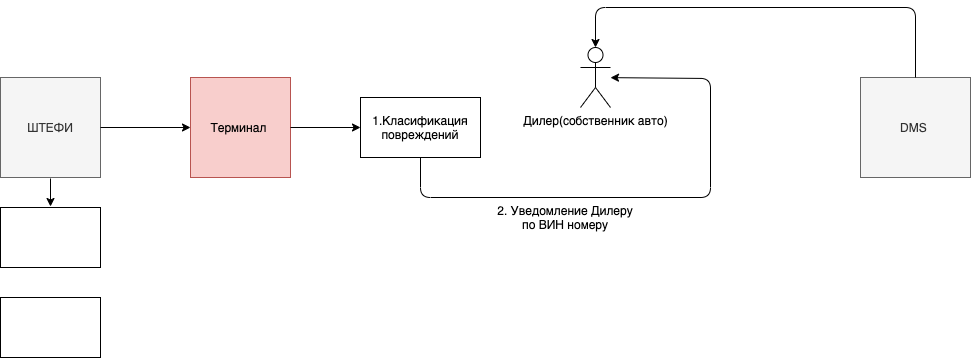
This is Damages BP.png from annastazi02/diagrams, a draw.io export, as it was before one commit. Source tidied: cells renumbered, new cells last; positions are measured from the earlier drawing's top-left corner, leaving out a move shared by most shapes. Source of this version:
```xml
<mxGraphModel>
  <root>
    <mxCell id="0" />
    <mxCell id="1" parent="0" />
    <mxCell id="2" value="Терминал&amp;nbsp;" style="whiteSpace=wrap;html=1;fillColor=#f8cecc;strokeColor=#b85450;" parent="1" vertex="1">
      <mxGeometry x="190" y="70" width="100" height="100" as="geometry" />
    </mxCell>
    <mxCell id="3" value="ШТЕФИ" style="whiteSpace=wrap;html=1;fillColor=#f5f5f5;strokeColor=#666666;fontColor=#333333;" parent="1" vertex="1">
      <mxGeometry y="70" width="100" height="100" as="geometry" />
    </mxCell>
    <mxCell id="4" value="1.Класификация повреждений" style="rounded=0;whiteSpace=wrap;html=1;" parent="1" vertex="1">
      <mxGeometry x="360" y="90" width="120" height="60" as="geometry" />
    </mxCell>
    <mxCell id="5" style="endArrow=classic;html=1;exitX=1;exitY=0.5;exitDx=0;exitDy=0;entryX=0;entryY=0.5;entryDx=0;entryDy=0;" parent="1" edge="1" source="2" target="4">
      <mxGeometry relative="1" as="geometry" />
    </mxCell>
    <mxCell id="6" value="Дилер(собственник авто)" style="shape=umlActor;verticalLabelPosition=bottom;verticalAlign=top;html=1;outlineConnect=0;" parent="1" vertex="1">
      <mxGeometry x="580" y="40" width="30" height="60" as="geometry" />
    </mxCell>
    <mxCell id="7" style="endArrow=classic;html=1;exitX=0.5;exitY=1;exitDx=0;exitDy=0;" parent="1" edge="1" source="4" target="6">
      <mxGeometry relative="1" as="geometry">
        <Array as="points">
          <mxPoint x="420" y="190" />
          <mxPoint x="710" y="190" />
          <mxPoint x="710" y="71" />
        </Array>
      </mxGeometry>
    </mxCell>
    <mxCell id="8" value="2. Уведомление Дилеру по ВИН номеру" style="text;html=1;strokeColor=none;fillColor=none;align=center;verticalAlign=middle;whiteSpace=wrap;rounded=0;" parent="1" vertex="1">
      <mxGeometry x="490" y="200" width="150" height="20" as="geometry" />
    </mxCell>
    <mxCell id="9" style="rounded=0;whiteSpace=wrap;html=1;" parent="1" vertex="1">
      <mxGeometry y="200" width="100" height="60" as="geometry" />
    </mxCell>
    <mxCell id="10" style="endArrow=classic;html=1;exitX=1;exitY=0.5;exitDx=0;exitDy=0;entryX=0;entryY=0.5;entryDx=0;entryDy=0;" parent="1" edge="1" source="3" target="2">
      <mxGeometry relative="1" as="geometry" />
    </mxCell>
    <mxCell id="11" style="endArrow=classic;html=1;" parent="1" edge="1">
      <mxGeometry relative="1" as="geometry">
        <mxPoint x="50" y="171" as="sourcePoint" />
        <mxPoint x="50" y="199" as="targetPoint" />
      </mxGeometry>
    </mxCell>
    <mxCell id="12" style="rounded=0;whiteSpace=wrap;html=1;" parent="1" vertex="1">
      <mxGeometry y="290" width="100" height="60" as="geometry" />
    </mxCell>
    <mxCell id="13" value="DMS&amp;nbsp;" style="rounded=0;whiteSpace=wrap;html=1;fillColor=#f5f5f5;strokeColor=#666666;fontColor=#333333;" parent="1" vertex="1">
      <mxGeometry x="860" y="70" width="110" height="100" as="geometry" />
    </mxCell>
    <mxCell id="14" style="endArrow=classic;html=1;exitX=0.5;exitY=0;exitDx=0;exitDy=0;entryX=0.5;entryY=0;entryDx=0;entryDy=0;entryPerimeter=0;" parent="1" edge="1" source="13" target="6">
      <mxGeometry relative="1" as="geometry">
        <Array as="points">
          <mxPoint x="915" />
          <mxPoint x="595" />
        </Array>
      </mxGeometry>
    </mxCell>
  </root>
</mxGraphModel>
```
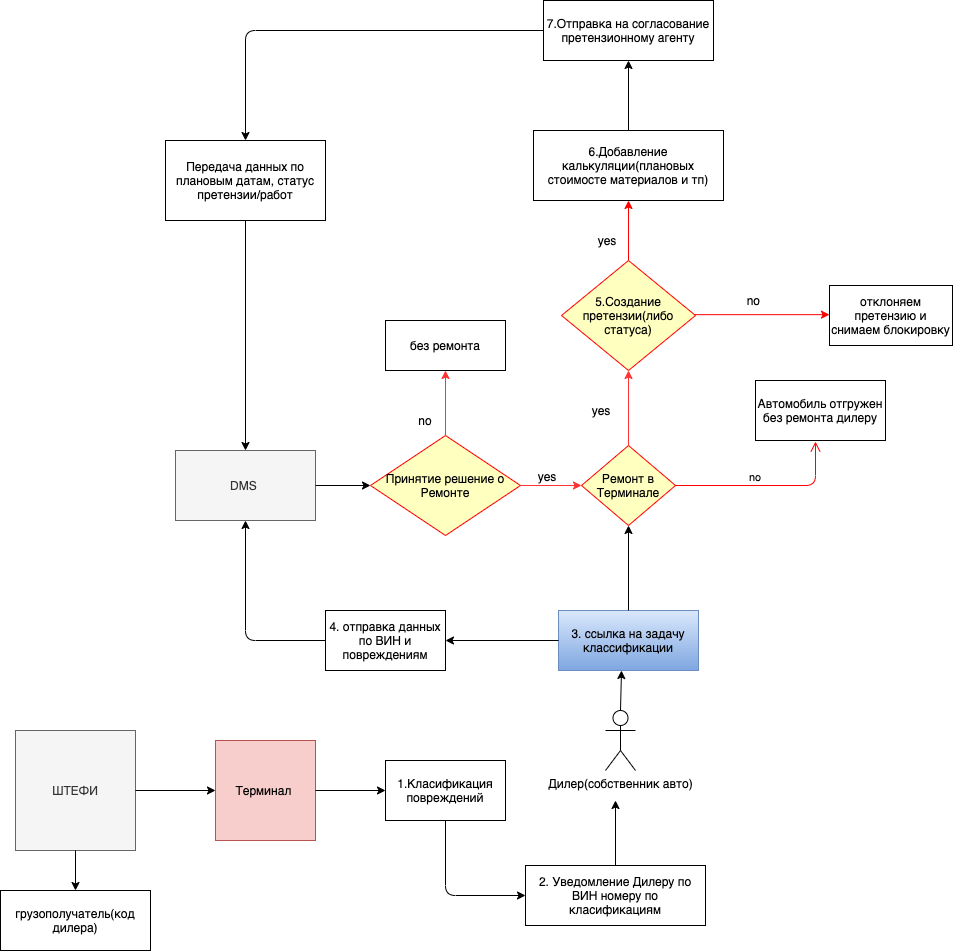
Later version of the same file.

Change to the diagram source:
```diff
@@ -6,7 +6,7 @@
       <mxGeometry x="190" y="70" width="100" height="100" as="geometry" />
     </mxCell>
     <mxCell id="3" value="ШТЕФИ" style="whiteSpace=wrap;html=1;fillColor=#f5f5f5;strokeColor=#666666;fontColor=#333333;" parent="1" vertex="1">
-      <mxGeometry y="70" width="100" height="100" as="geometry" />
+      <mxGeometry x="-10" y="60" width="120" height="120" as="geometry" />
     </mxCell>
     <mxCell id="4" value="1.Класификация повреждений" style="rounded=0;whiteSpace=wrap;html=1;" parent="1" vertex="1">
       <mxGeometry x="360" y="90" width="120" height="60" as="geometry" />
@@ -17,43 +17,142 @@
     <mxCell id="6" value="Дилер(собственник авто)" style="shape=umlActor;verticalLabelPosition=bottom;verticalAlign=top;html=1;outlineConnect=0;" parent="1" vertex="1">
       <mxGeometry x="580" y="40" width="30" height="60" as="geometry" />
     </mxCell>
-    <mxCell id="7" style="endArrow=classic;html=1;exitX=0.5;exitY=1;exitDx=0;exitDy=0;" parent="1" edge="1" source="4" target="6">
-      <mxGeometry relative="1" as="geometry">
-        <Array as="points">
-          <mxPoint x="420" y="190" />
-          <mxPoint x="710" y="190" />
-          <mxPoint x="710" y="71" />
-        </Array>
-      </mxGeometry>
-    </mxCell>
-    <mxCell id="8" value="2. Уведомление Дилеру по ВИН номеру" style="text;html=1;strokeColor=none;fillColor=none;align=center;verticalAlign=middle;whiteSpace=wrap;rounded=0;" parent="1" vertex="1">
-      <mxGeometry x="490" y="200" width="150" height="20" as="geometry" />
-    </mxCell>
-    <mxCell id="9" style="rounded=0;whiteSpace=wrap;html=1;" parent="1" vertex="1">
-      <mxGeometry y="200" width="100" height="60" as="geometry" />
+    <mxCell id="9" value="грузополучатель(код дилера)" style="rounded=0;whiteSpace=wrap;html=1;" parent="1" vertex="1">
+      <mxGeometry x="-25" y="220" width="150" height="60" as="geometry" />
     </mxCell>
     <mxCell id="10" style="endArrow=classic;html=1;exitX=1;exitY=0.5;exitDx=0;exitDy=0;entryX=0;entryY=0.5;entryDx=0;entryDy=0;" parent="1" edge="1" source="3" target="2">
       <mxGeometry relative="1" as="geometry" />
     </mxCell>
-    <mxCell id="11" style="endArrow=classic;html=1;" parent="1" edge="1">
-      <mxGeometry relative="1" as="geometry">
-        <mxPoint x="50" y="171" as="sourcePoint" />
-        <mxPoint x="50" y="199" as="targetPoint" />
-      </mxGeometry>
-    </mxCell>
-    <mxCell id="12" style="rounded=0;whiteSpace=wrap;html=1;" parent="1" vertex="1">
-      <mxGeometry y="290" width="100" height="60" as="geometry" />
-    </mxCell>
+    <mxCell id="15" value="&lt;span&gt;2. Уведомление Дилеру по ВИН номеру по класификациям&lt;/span&gt;" style="rounded=0;whiteSpace=wrap;html=1;" parent="1" vertex="1">
+      <mxGeometry x="500" y="195" width="180" height="60" as="geometry" />
+    </mxCell>
+    <mxCell id="16" style="endArrow=classic;html=1;exitX=0.5;exitY=1;exitDx=0;exitDy=0;entryX=0;entryY=0.5;entryDx=0;entryDy=0;" parent="1" edge="1" source="4" target="15">
+      <mxGeometry relative="1" as="geometry">
+        <Array as="points">
+          <mxPoint x="420" y="225" />
+        </Array>
+      </mxGeometry>
+    </mxCell>
+    <mxCell id="17" style="endArrow=classic;html=1;exitX=0.5;exitY=0;exitDx=0;exitDy=0;" parent="1" edge="1" source="15">
+      <mxGeometry relative="1" as="geometry">
+        <mxPoint x="590" y="130" as="targetPoint" />
+      </mxGeometry>
+    </mxCell>
+    <mxCell id="18" value="&lt;span&gt;3. ссылка на задачу классификации&lt;/span&gt;" style="rounded=0;whiteSpace=wrap;html=1;gradientColor=#7ea6e0;fillColor=#dae8fc;strokeColor=#6c8ebf;" parent="1" vertex="1">
+      <mxGeometry x="533" y="-60" width="140" height="60" as="geometry" />
+    </mxCell>
+    <mxCell id="19" style="endArrow=classic;html=1;exitX=0.5;exitY=0;exitDx=0;exitDy=0;exitPerimeter=0;entryX=0.45;entryY=1;entryDx=0;entryDy=0;entryPerimeter=0;" parent="1" edge="1" source="6" target="18">
+      <mxGeometry relative="1" as="geometry" />
+    </mxCell>
+    <mxCell id="20" value="Ремонт в Терминале" style="rhombus;whiteSpace=wrap;html=1;fillColor=#ffffc0;strokeColor=#ff0000;" parent="1" vertex="1">
+      <mxGeometry x="556" y="-225" width="94" height="80" as="geometry" />
+    </mxCell>
+    <mxCell id="21" value="no&amp;nbsp;" style="edgeStyle=orthogonalEdgeStyle;html=1;align=left;verticalAlign=top;endArrow=open;endSize=8;strokeColor=#ff0000;exitX=1;exitY=0.5;exitDx=0;exitDy=0;" parent="1" edge="1" source="20">
+      <mxGeometry x="-0.22" y="21" relative="1" as="geometry">
+        <mxPoint x="790" y="-229" as="targetPoint" />
+      </mxGeometry>
+    </mxCell>
+    <mxCell id="22" style="endArrow=classic;html=1;exitX=0.5;exitY=1;exitDx=0;exitDy=0;" parent="1" edge="1" source="3" target="9">
+      <mxGeometry relative="1" as="geometry" />
+    </mxCell>
+    <mxCell id="23" style="endArrow=classic;html=1;exitX=0.5;exitY=0;exitDx=0;exitDy=0;entryX=0.5;entryY=1;entryDx=0;entryDy=0;" parent="1" edge="1" source="18" target="20">
+      <mxGeometry relative="1" as="geometry" />
+    </mxCell>
+    <mxCell id="24" value="Автомобиль отгружен без ремонта дилеру" style="rounded=0;whiteSpace=wrap;html=1;" parent="1" vertex="1">
+      <mxGeometry x="730" y="-290" width="130" height="60" as="geometry" />
+    </mxCell>
     <mxCell id="13" value="DMS&amp;nbsp;" style="rounded=0;whiteSpace=wrap;html=1;fillColor=#f5f5f5;strokeColor=#666666;fontColor=#333333;" parent="1" vertex="1">
-      <mxGeometry x="860" y="70" width="110" height="100" as="geometry" />
+      <mxGeometry x="150" y="-220" width="140" height="70" as="geometry" />
     </mxCell>
-    <mxCell id="14" style="endArrow=classic;html=1;exitX=0.5;exitY=0;exitDx=0;exitDy=0;entryX=0.5;entryY=0;entryDx=0;entryDy=0;entryPerimeter=0;" parent="1" edge="1" source="13" target="6">
-      <mxGeometry relative="1" as="geometry">
-        <Array as="points">
-          <mxPoint x="915" />
-          <mxPoint x="595" />
-        </Array>
-      </mxGeometry>
-    </mxCell>
+    <mxCell id="25" value="&lt;span&gt;4. отправка данных по ВИН и повреждениям&lt;/span&gt;" style="rounded=0;whiteSpace=wrap;html=1;" parent="1" vertex="1">
+      <mxGeometry x="300" y="-60" width="120" height="60" as="geometry" />
+    </mxCell>
+    <mxCell id="26" style="endArrow=classic;html=1;exitX=0;exitY=0.5;exitDx=0;exitDy=0;entryX=1;entryY=0.5;entryDx=0;entryDy=0;" parent="1" edge="1" source="18" target="25">
+      <mxGeometry relative="1" as="geometry" />
+    </mxCell>
+    <mxCell id="27" style="endArrow=classic;html=1;exitX=0;exitY=0.5;exitDx=0;exitDy=0;" parent="1" edge="1" source="25">
+      <mxGeometry relative="1" as="geometry">
+        <mxPoint x="220" y="-150" as="targetPoint" />
+        <Array as="points">
+          <mxPoint x="220" y="-30" />
+        </Array>
+      </mxGeometry>
+    </mxCell>
+    <mxCell id="28" value="Принятие решение о Ремонте" style="rhombus;whiteSpace=wrap;html=1;fillColor=#ffffc0;strokeColor=#ff0000;" parent="1" vertex="1">
+      <mxGeometry x="345" y="-235" width="150" height="100" as="geometry" />
+    </mxCell>
+    <mxCell id="29" style="endArrow=classic;html=1;exitX=1;exitY=0.5;exitDx=0;exitDy=0;entryX=0;entryY=0.5;entryDx=0;entryDy=0;" parent="1" edge="1" source="13" target="28">
+      <mxGeometry relative="1" as="geometry" />
+    </mxCell>
+    <mxCell id="30" style="endArrow=classic;html=1;exitX=1;exitY=0.5;exitDx=0;exitDy=0;entryX=0;entryY=0.5;entryDx=0;entryDy=0;strokeColor=#FF3333;" parent="1" edge="1" source="28" target="20">
+      <mxGeometry relative="1" as="geometry" />
+    </mxCell>
+    <mxCell id="31" value="yes" style="text;html=1;strokeColor=none;fillColor=none;align=center;verticalAlign=middle;whiteSpace=wrap;rounded=0;" parent="1" vertex="1">
+      <mxGeometry x="502" y="-204" width="40" height="20" as="geometry" />
+    </mxCell>
+    <mxCell id="32" style="endArrow=classic;html=1;strokeColor=#FF3333;exitX=0.5;exitY=0;exitDx=0;exitDy=0;" parent="1" edge="1" source="20">
+      <mxGeometry relative="1" as="geometry">
+        <mxPoint x="603" y="-300" as="targetPoint" />
+      </mxGeometry>
+    </mxCell>
+    <mxCell id="33" value="yes" style="text;html=1;strokeColor=none;fillColor=none;align=center;verticalAlign=middle;whiteSpace=wrap;rounded=0;" parent="1" vertex="1">
+      <mxGeometry x="556" y="-270" width="40" height="20" as="geometry" />
+    </mxCell>
+    <mxCell id="34" style="endArrow=classic;html=1;strokeColor=#FF3333;exitX=0.5;exitY=0;exitDx=0;exitDy=0;" parent="1" edge="1" source="28">
+      <mxGeometry relative="1" as="geometry">
+        <mxPoint x="420" y="-300" as="targetPoint" />
+      </mxGeometry>
+    </mxCell>
+    <mxCell id="35" value="no" style="text;html=1;strokeColor=none;fillColor=none;align=center;verticalAlign=middle;whiteSpace=wrap;rounded=0;" parent="1" vertex="1">
+      <mxGeometry x="380" y="-260" width="40" height="20" as="geometry" />
+    </mxCell>
+    <mxCell id="36" value="6.Добавление калькуляции(плановых стоимосте материалов и тп)" style="rounded=0;whiteSpace=wrap;html=1;" parent="1" vertex="1">
+      <mxGeometry x="508" y="-540" width="190" height="70" as="geometry" />
+    </mxCell>
+    <mxCell id="37" value="7.Отправка на согласование претензионному агенту" style="rounded=0;whiteSpace=wrap;html=1;" parent="1" vertex="1">
+      <mxGeometry x="518" y="-670" width="170" height="60" as="geometry" />
+    </mxCell>
+    <mxCell id="38" style="endArrow=classic;html=1;exitX=0.5;exitY=0;exitDx=0;exitDy=0;strokeColor=#FF0000;" parent="1" edge="1" source="48">
+      <mxGeometry relative="1" as="geometry">
+        <mxPoint x="603" y="-470" as="targetPoint" />
+      </mxGeometry>
+    </mxCell>
+    <mxCell id="39" style="endArrow=classic;html=1;strokeColor=#000000;exitX=0.5;exitY=0;exitDx=0;exitDy=0;" parent="1" edge="1" source="36" target="37">
+      <mxGeometry relative="1" as="geometry" />
+    </mxCell>
+    <mxCell id="40" style="endArrow=classic;html=1;strokeColor=#000000;exitX=0;exitY=0.5;exitDx=0;exitDy=0;" parent="1" edge="1" source="37" target="41">
+      <mxGeometry relative="1" as="geometry">
+        <Array as="points">
+          <mxPoint x="220" y="-640" />
+        </Array>
+      </mxGeometry>
+    </mxCell>
+    <mxCell id="41" value="Передача данных по плановым датам, статус претензии/работ" style="rounded=0;whiteSpace=wrap;html=1;" parent="1" vertex="1">
+      <mxGeometry x="140" y="-530" width="160" height="80" as="geometry" />
+    </mxCell>
+    <mxCell id="42" value="без ремонта" style="rounded=0;whiteSpace=wrap;html=1;" parent="1" vertex="1">
+      <mxGeometry x="360" y="-350" width="120" height="50" as="geometry" />
+    </mxCell>
+    <mxCell id="43" style="endArrow=classic;html=1;strokeColor=#000000;exitX=0.5;exitY=1;exitDx=0;exitDy=0;entryX=0.5;entryY=0;entryDx=0;entryDy=0;" parent="1" edge="1" source="41" target="13">
+      <mxGeometry relative="1" as="geometry" />
+    </mxCell>
+    <mxCell id="44" value="yes" style="text;html=1;strokeColor=none;fillColor=none;align=center;verticalAlign=middle;whiteSpace=wrap;rounded=0;" parent="1" vertex="1">
+      <mxGeometry x="562" y="-440" width="40" height="20" as="geometry" />
+    </mxCell>
+    <mxCell id="45" style="endArrow=classic;html=1;strokeColor=#FF0000;exitX=1;exitY=0.5;exitDx=0;exitDy=0;" parent="1" edge="1">
+      <mxGeometry relative="1" as="geometry">
+        <mxPoint x="657" y="-355.8" as="sourcePoint" />
+        <mxPoint x="804" y="-355.8" as="targetPoint" />
+      </mxGeometry>
+    </mxCell>
+    <mxCell id="46" value="no&amp;nbsp;" style="text;html=1;strokeColor=none;fillColor=none;align=center;verticalAlign=middle;whiteSpace=wrap;rounded=0;" parent="1" vertex="1">
+      <mxGeometry x="710" y="-380" width="40" height="20" as="geometry" />
+    </mxCell>
+    <mxCell id="47" value="отклоняем претензию и снимаем блокировку" style="rounded=0;whiteSpace=wrap;html=1;" parent="1" vertex="1">
+      <mxGeometry x="804" y="-385" width="123" height="60" as="geometry" />
+    </mxCell>
+    <mxCell id="48" value="5.Создание претензии(либо статуса)" style="rhombus;whiteSpace=wrap;html=1;fillColor=#ffffc0;strokeColor=#ff0000;" parent="1" vertex="1">
+      <mxGeometry x="536" y="-410" width="134" height="110" as="geometry" />
+    </mxCell>
   </root>
 </mxGraphModel>
```
